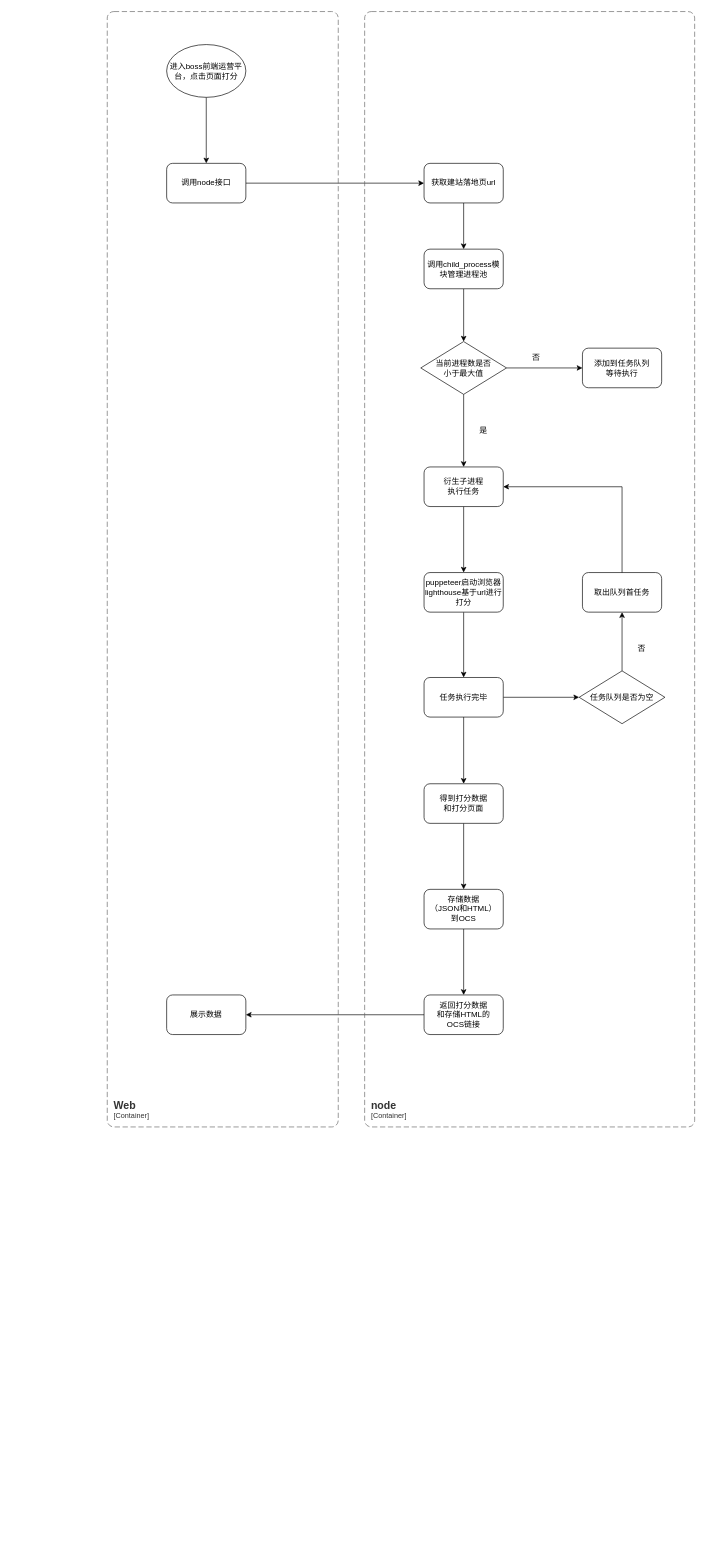
Hantron/jira keeps this draw.io diagram as 萤火虫接入lighthouse流程图.drawio. Above is the earlier version. Source tidied: cells renumbered, new cells numbered last; positions are measured from the earlier drawing's top-left corner, leaving out a move shared by most shapes. Both pictures are drawn from the tidied source at 66%, with x=0, y=0 at pixel (107, 11).
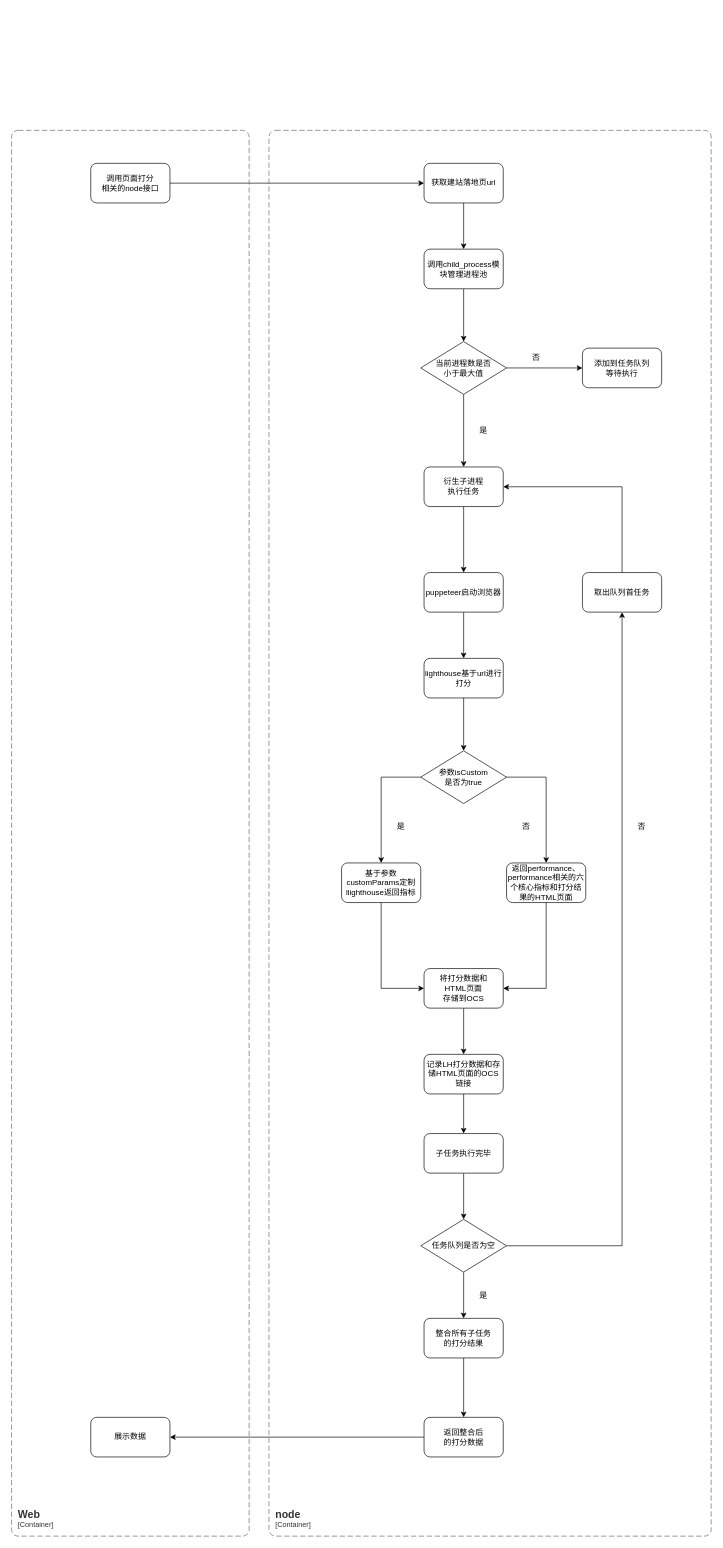
After the change.

Commit message:
更新萤火虫接入lighthouse流程图.drawio

Change to the diagram source:
```diff
@@
-    <mxCell id="2" style="edgeStyle=orthogonalEdgeStyle;rounded=0;jettySize=auto;html=1;" parent="1" edge="1" source="3" target="5">
-      <mxGeometry relative="1" as="geometry" />
-    </mxCell>
-    <mxCell id="3" value="进入boss前端运营平台，点击页面打分" style="ellipse;whiteSpace=wrap;html=1;" parent="1" vertex="1">
-      <mxGeometry x="90" y="50" width="120" height="80" as="geometry" />
-    </mxCell>
@@
-    <mxCell id="5" value="调用node接口" style="rounded=1;whiteSpace=wrap;html=1;" parent="1" vertex="1">
-      <mxGeometry x="90" y="230" width="120" height="60" as="geometry" />
+    <mxCell id="5" value="调用页面打分&lt;br&gt;相关的node接口" style="rounded=1;whiteSpace=wrap;html=1;" parent="1" vertex="1">
+      <mxGeometry x="-25" y="230" width="120" height="60" as="geometry" />
     </mxCell>
@@
-    <mxCell id="15" style="edgeStyle=orthogonalEdgeStyle;rounded=0;jettySize=auto;html=1;" parent="1" edge="1" source="16" target="23">
-      <mxGeometry relative="1" as="geometry" />
-    </mxCell>
+    <mxCell id="37" style="edgeStyle=orthogonalEdgeStyle;rounded=0;jettySize=auto;html=1;" parent="1" edge="1" source="16" target="40">
+      <mxGeometry relative="1" as="geometry" />
+    </mxCell>
-    <mxCell id="16" value="puppeteer启动浏览器&lt;br&gt;lighthouse基于url进行打分" style="rounded=1;whiteSpace=wrap;html=1;" parent="1" vertex="1">
+    <mxCell id="16" value="puppeteer启动浏览器" style="rounded=1;whiteSpace=wrap;html=1;" parent="1" vertex="1">
       <mxGeometry x="480" y="850" width="120" height="60" as="geometry" />
     </mxCell>
-    <mxCell id="17" style="edgeStyle=orthogonalEdgeStyle;rounded=0;jettySize=auto;html=1;" parent="1" edge="1" source="18" target="19">
-      <mxGeometry relative="1" as="geometry" />
-    </mxCell>
-    <mxCell id="18" value="返回打分数据&lt;br&gt;和存储HTML的&lt;br&gt;OCS链接" style="rounded=1;whiteSpace=wrap;html=1;" parent="1" vertex="1">
-      <mxGeometry x="480" y="1490" width="120" height="60" as="geometry" />
-    </mxCell>
     <mxCell id="19" value="展示数据" style="rounded=1;whiteSpace=wrap;html=1;" parent="1" vertex="1">
-      <mxGeometry x="90" y="1490" width="120" height="60" as="geometry" />
+      <mxGeometry x="-25" y="2130" width="120" height="60" as="geometry" />
     </mxCell>
@@
-    <mxCell id="22" style="edgeStyle=orthogonalEdgeStyle;rounded=0;jettySize=auto;html=1;" parent="1" edge="1" source="23" target="34">
-      <mxGeometry relative="1" as="geometry" />
-    </mxCell>
-    <mxCell id="23" value="任务执行完毕" style="rounded=1;whiteSpace=wrap;html=1;" parent="1" vertex="1">
-      <mxGeometry x="480" y="1009" width="120" height="60" as="geometry" />
+    <mxCell id="23" value="子任务执行完毕" style="rounded=1;whiteSpace=wrap;html=1;" parent="1" vertex="1">
+      <mxGeometry x="480" y="1700" width="120" height="60" as="geometry" />
     </mxCell>
@@
+    <mxCell id="38" style="edgeStyle=orthogonalEdgeStyle;rounded=0;jettySize=auto;html=1;" parent="1" edge="1" source="25" target="55">
+      <mxGeometry relative="1" as="geometry" />
+    </mxCell>
     <mxCell id="25" value="任务队列是否为空" style="rhombus;whiteSpace=wrap;html=1;" parent="1" vertex="1">
-      <mxGeometry x="715" y="999" width="130" height="80" as="geometry" />
+      <mxGeometry x="475" y="1830" width="130" height="80" as="geometry" />
     </mxCell>
@@
     <mxCell id="28" value="否" style="text;html=1;strokeColor=none;fillColor=none;align=center;verticalAlign=middle;whiteSpace=wrap;rounded=0;" parent="1" vertex="1">
-      <mxGeometry x="780" y="950" width="60" height="30" as="geometry" />
+      <mxGeometry x="780" y="1220" width="60" height="30" as="geometry" />
     </mxCell>
@@
     <object id="31" label="&lt;font style=&quot;font-size: 16px&quot;&gt;&lt;b&gt;&lt;div style=&quot;text-align: left&quot;&gt;%c4Name%&lt;/div&gt;&lt;/b&gt;&lt;/font&gt;&lt;div style=&quot;text-align: left&quot;&gt;[%c4Application%]&lt;/div&gt;" c4Application="Container" c4Name="Web" placeholders="1">
       <mxCell style="rounded=1;fontSize=11;whiteSpace=wrap;html=1;dashed=1;arcSize=20;fillColor=none;strokeColor=#666666;fontColor=#333333;labelBackgroundColor=none;align=left;verticalAlign=bottom;labelBorderColor=none;spacingTop=0;spacing=10;dashPattern=8 4;perimeter=rectanglePerimeter;noLabel=0;labelPadding=0;absoluteArcSize=1;" parent="1" vertex="1">
-        <mxGeometry width="350" height="1690" as="geometry" />
+        <mxGeometry x="-145" y="180" width="360" height="2130" as="geometry" />
       </mxCell>
     </object>
     <object id="32" label="&lt;font style=&quot;font-size: 16px&quot;&gt;&lt;b&gt;&lt;div style=&quot;text-align: left&quot;&gt;%c4Name%&lt;/div&gt;&lt;/b&gt;&lt;/font&gt;&lt;div style=&quot;text-align: left&quot;&gt;[%c4Application%]&lt;/div&gt;" c4Application="Container" c4Name="node" placeholders="1">
       <mxCell style="rounded=1;fontSize=11;whiteSpace=wrap;html=1;dashed=1;arcSize=20;fillColor=none;strokeColor=#666666;fontColor=#333333;labelBackgroundColor=none;align=left;verticalAlign=bottom;labelBorderColor=none;spacingTop=0;spacing=10;dashPattern=8 4;perimeter=rectanglePerimeter;noLabel=0;labelPadding=0;absoluteArcSize=1;" parent="1" vertex="1">
-        <mxGeometry x="390" width="500" height="1690" as="geometry" />
+        <mxGeometry x="245" y="180" width="670" height="2130" as="geometry" />
       </mxCell>
     </object>
-    <mxCell id="33" style="edgeStyle=orthogonalEdgeStyle;rounded=0;jettySize=auto;html=1;" parent="1" edge="1" source="34" target="36">
-      <mxGeometry relative="1" as="geometry" />
-    </mxCell>
-    <mxCell id="34" value="得到打分数据&lt;br&gt;和打分页面" style="rounded=1;whiteSpace=wrap;html=1;" parent="1" vertex="1">
-      <mxGeometry x="480" y="1170" width="120" height="60" as="geometry" />
-    </mxCell>
-    <mxCell id="35" style="edgeStyle=orthogonalEdgeStyle;rounded=0;jettySize=auto;html=1;" parent="1" edge="1" source="36" target="18">
-      <mxGeometry relative="1" as="geometry" />
-    </mxCell>
-    <mxCell id="36" value="存储数据&lt;br&gt;（JSON和HTML）&lt;br&gt;到OCS" style="rounded=1;whiteSpace=wrap;html=1;" parent="1" vertex="1">
-      <mxGeometry x="480" y="1330" width="120" height="60" as="geometry" />
-    </mxCell>
+    <mxCell id="39" style="edgeStyle=orthogonalEdgeStyle;rounded=0;jettySize=auto;html=1;" parent="1" edge="1" source="40" target="42">
+      <mxGeometry relative="1" as="geometry" />
+    </mxCell>
+    <mxCell id="40" value="lighthouse基于url进行打分" style="rounded=1;whiteSpace=wrap;html=1;" parent="1" vertex="1">
+      <mxGeometry x="480" y="980" width="120" height="60" as="geometry" />
+    </mxCell>
+    <mxCell id="41" style="edgeStyle=orthogonalEdgeStyle;rounded=0;jettySize=auto;html=1;exitX=1;exitY=0.5;exitDx=0;exitDy=0;" parent="1" edge="1" source="42" target="45">
+      <mxGeometry relative="1" as="geometry" />
+    </mxCell>
+    <mxCell id="42" value="参数isCustom&lt;br&gt;是否为true" style="rhombus;whiteSpace=wrap;html=1;" parent="1" vertex="1">
+      <mxGeometry x="475" y="1120" width="130" height="80" as="geometry" />
+    </mxCell>
+    <mxCell id="43" value="是" style="text;html=1;strokeColor=none;fillColor=none;align=center;verticalAlign=middle;whiteSpace=wrap;rounded=0;" parent="1" vertex="1">
+      <mxGeometry x="415" y="1220" width="60" height="30" as="geometry" />
+    </mxCell>
+    <mxCell id="44" value="基于参数&lt;br&gt;customParams定制llighthouse返回指标&lt;br&gt;&lt;p style=&quot;line-height: 100%;margin-bottom: 0pt;margin-top: 0pt;font-size: 11pt;color: #494949;&quot; class=&quot;ql-direction-ltr&quot;&gt;&lt;/p&gt;&lt;span&gt;&lt;/span&gt;&lt;p style=&quot;line-height: 100%;margin-bottom: 0pt;margin-top: 0pt;font-size: 11pt;color: #494949;&quot; class=&quot;ql-direction-ltr&quot;&gt;&lt;/p&gt;&lt;span&gt;&lt;/span&gt;&lt;p style=&quot;line-height: 100%;margin-bottom: 0pt;margin-top: 0pt;font-size: 11pt;color: #494949;&quot; class=&quot;ql-direction-ltr&quot;&gt;&lt;/p&gt;" style="rounded=1;whiteSpace=wrap;html=1;" parent="1" vertex="1">
+      <mxGeometry x="355" y="1290" width="120" height="60" as="geometry" />
+    </mxCell>
+    <mxCell id="45" value="返回performance、performance相关的六个核心指标和打分结果的HTML页面" style="rounded=1;whiteSpace=wrap;html=1;" parent="1" vertex="1">
+      <mxGeometry x="605" y="1290" width="120" height="60" as="geometry" />
+    </mxCell>
+    <mxCell id="46" style="endArrow=classic;html=1;rounded=0;entryX=0.5;entryY=0;entryDx=0;entryDy=0;exitX=0;exitY=0.5;exitDx=0;exitDy=0;" parent="1" edge="1" source="42" target="44">
+      <mxGeometry relative="1" as="geometry">
+        <Array as="points">
+          <mxPoint x="415" y="1160" />
+        </Array>
+      </mxGeometry>
+    </mxCell>
+    <mxCell id="47" value="否" style="text;html=1;strokeColor=none;fillColor=none;align=center;verticalAlign=middle;whiteSpace=wrap;rounded=0;" parent="1" vertex="1">
+      <mxGeometry x="605" y="1220" width="60" height="30" as="geometry" />
+    </mxCell>
+    <mxCell id="48" style="edgeStyle=orthogonalEdgeStyle;rounded=0;jettySize=auto;html=1;" parent="1" edge="1" source="49" target="53">
+      <mxGeometry relative="1" as="geometry" />
+    </mxCell>
+    <mxCell id="49" value="将打分数据和&lt;br&gt;HTML页面&lt;br&gt;存储到OCS" style="rounded=1;whiteSpace=wrap;html=1;" parent="1" vertex="1">
+      <mxGeometry x="480" y="1450" width="120" height="60" as="geometry" />
+    </mxCell>
+    <mxCell id="50" style="endArrow=classic;html=1;rounded=0;exitX=0.5;exitY=1;exitDx=0;exitDy=0;entryX=0;entryY=0.5;entryDx=0;entryDy=0;" parent="1" edge="1" source="44" target="49">
+      <mxGeometry relative="1" as="geometry">
+        <Array as="points">
+          <mxPoint x="415" y="1480" />
+        </Array>
+      </mxGeometry>
+    </mxCell>
+    <mxCell id="51" style="endArrow=classic;html=1;rounded=0;exitX=0.5;exitY=1;exitDx=0;exitDy=0;entryX=1;entryY=0.5;entryDx=0;entryDy=0;" parent="1" edge="1" source="45" target="49">
+      <mxGeometry relative="1" as="geometry">
+        <Array as="points">
+          <mxPoint x="665" y="1480" />
+        </Array>
+      </mxGeometry>
+    </mxCell>
+    <mxCell id="52" style="edgeStyle=orthogonalEdgeStyle;rounded=0;jettySize=auto;html=1;" parent="1" edge="1" source="53" target="23">
+      <mxGeometry relative="1" as="geometry" />
+    </mxCell>
+    <mxCell id="53" value="记录LH打分数据和存储HTML页面的OCS链接" style="rounded=1;whiteSpace=wrap;html=1;" parent="1" vertex="1">
+      <mxGeometry x="480" y="1580" width="120" height="60" as="geometry" />
+    </mxCell>
+    <mxCell id="54" style="edgeStyle=orthogonalEdgeStyle;rounded=0;jettySize=auto;html=1;" parent="1" edge="1" source="55" target="57">
+      <mxGeometry relative="1" as="geometry" />
+    </mxCell>
+    <mxCell id="55" value="整合所有子任务&lt;br&gt;的打分结果" style="rounded=1;whiteSpace=wrap;html=1;" parent="1" vertex="1">
+      <mxGeometry x="480" y="1980" width="120" height="60" as="geometry" />
+    </mxCell>
+    <mxCell id="56" value="是" style="text;html=1;strokeColor=none;fillColor=none;align=center;verticalAlign=middle;whiteSpace=wrap;rounded=0;" parent="1" vertex="1">
+      <mxGeometry x="540" y="1930" width="60" height="30" as="geometry" />
+    </mxCell>
+    <mxCell id="57" value="返回整合后&lt;br&gt;的打分数据" style="rounded=1;whiteSpace=wrap;html=1;" parent="1" vertex="1">
+      <mxGeometry x="480" y="2130" width="120" height="60" as="geometry" />
+    </mxCell>
+    <mxCell id="58" style="endArrow=classic;html=1;rounded=0;exitX=0;exitY=0.5;exitDx=0;exitDy=0;entryX=1;entryY=0.5;entryDx=0;entryDy=0;" parent="1" edge="1" source="57" target="19">
+      <mxGeometry relative="1" as="geometry" />
+    </mxCell>
```
